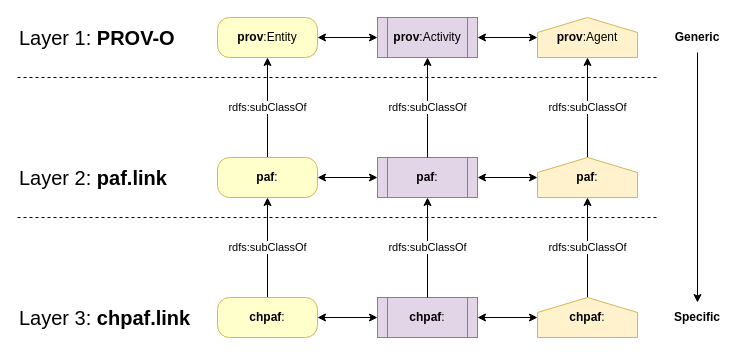
swiss/paf-link keeps this draw.io diagram as img/layers.drawio. Above is the earlier version. Source tidied: cells renumbered, new cells numbered last; positions are measured from the earlier drawing's top-left corner, leaving out a move shared by most shapes. Both pictures are drawn from the tidied source at 100%, with x=0, y=0 at pixel (17, 17).
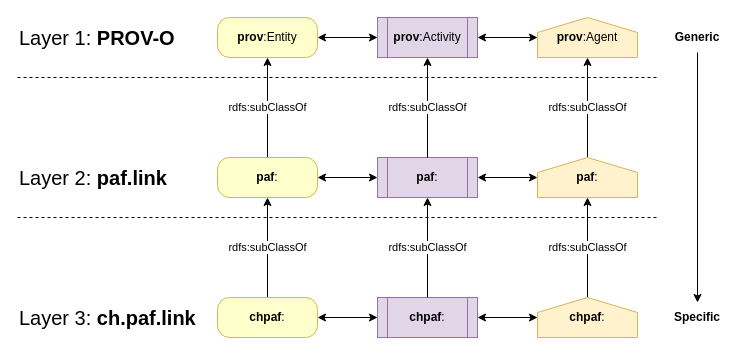
The same diagram, later.

What changed in the source:
```diff
@@
-    <mxCell id="4" value="Layer 3: &lt;b&gt;chpaf.link&lt;/b&gt;" style="text;strokeColor=none;align=left;fillColor=none;html=1;verticalAlign=middle;whiteSpace=wrap;rounded=0;labelBackgroundColor=none;fontSize=20;fontColor=none;" parent="1" vertex="1">
+    <mxCell id="4" value="Layer 3: &lt;b&gt;ch.paf.link&lt;/b&gt;" style="text;strokeColor=none;align=left;fillColor=none;html=1;verticalAlign=middle;whiteSpace=wrap;rounded=0;labelBackgroundColor=none;fontSize=20;fontColor=none;" parent="1" vertex="1">
       <mxGeometry y="280" width="200" height="40" as="geometry" />
     </mxCell>
```
